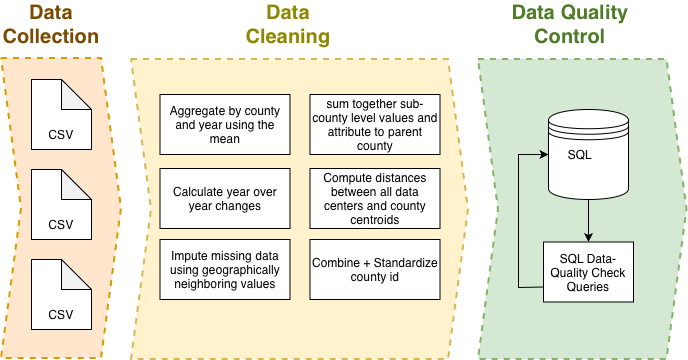
The draw.io diagram db_documentation/data_pipeline_diagram.png in LoganRosell/local-economic-impact-of-data-centers-workbook, before a commit. Source tidied: cells renumbered, new cells last; positions are measured from the earlier drawing's top-left corner, leaving out a move shared by most shapes.
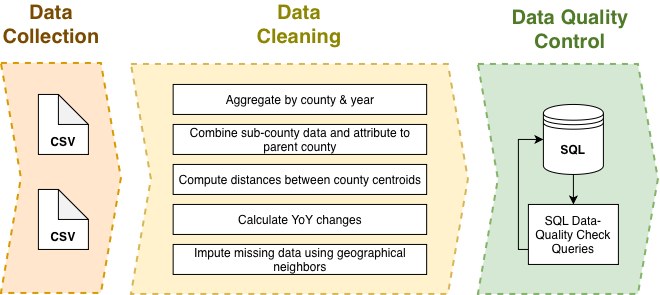
Above is the later version.

Commit message:
chore: Make data pipline diagram more compact

The edit, as a diff of the source:
```diff
@@ -3,90 +3,79 @@
     <mxCell id="0" />
     <mxCell id="1" parent="0" />
     <mxCell id="2" style="shape=step;perimeter=stepPerimeter;whiteSpace=wrap;html=1;fixedSize=1;fillColor=#d5e8d4;strokeColor=#82b366;dashed=1;strokeWidth=2;" parent="1" vertex="1">
-      <mxGeometry x="477" y="50" width="208.5" height="300" as="geometry" />
+      <mxGeometry x="477" y="120" width="180" height="230" as="geometry" />
     </mxCell>
     <mxCell id="3" style="shape=step;perimeter=stepPerimeter;whiteSpace=wrap;html=1;fixedSize=1;fillColor=#fff2cc;strokeColor=#d6b656;dashed=1;strokeWidth=2;" parent="1" vertex="1">
-      <mxGeometry x="130" y="50" width="337" height="300" as="geometry" />
+      <mxGeometry x="130" y="120" width="337" height="230" as="geometry" />
     </mxCell>
     <mxCell id="4" style="group;" parent="1" vertex="1">
-      <mxGeometry x="547" y="100" width="80" height="90" as="geometry" />
+      <mxGeometry x="542" y="140" width="80" height="90" as="geometry" />
     </mxCell>
     <mxCell id="5" style="shape=datastore;whiteSpace=wrap;html=1;" parent="4" vertex="1">
-      <mxGeometry width="80" height="90" as="geometry" />
+      <mxGeometry y="20" width="60" height="70" as="geometry" />
     </mxCell>
-    <mxCell id="6" value="SQL" style="text;html=1;whiteSpace=wrap;strokeColor=none;fillColor=none;align=center;verticalAlign=middle;rounded=0;" parent="4" vertex="1">
-      <mxGeometry x="6.7" y="30" width="50" height="30" as="geometry" />
+    <mxCell id="6" value="&lt;b&gt;SQL&lt;/b&gt;" style="text;html=1;whiteSpace=wrap;strokeColor=none;fillColor=none;align=center;verticalAlign=middle;rounded=0;" parent="4" vertex="1">
+      <mxGeometry x="5" y="50" width="50" height="30" as="geometry" />
     </mxCell>
     <mxCell id="7" style="endArrow=classic;html=1;rounded=0;exitX=0.5;exitY=1;exitDx=0;exitDy=0;" parent="1" edge="1" source="5" target="8">
       <mxGeometry relative="1" as="geometry" />
     </mxCell>
     <mxCell id="8" value="SQL Data-Quality Check Queries" style="rounded=0;whiteSpace=wrap;html=1;" parent="1" vertex="1">
-      <mxGeometry x="542" y="232.5" width="90" height="60" as="geometry" />
+      <mxGeometry x="527" y="260" width="90" height="60" as="geometry" />
     </mxCell>
     <mxCell id="9" value="Data Cleaning" style="text;html=1;whiteSpace=wrap;strokeColor=none;fillColor=none;align=center;verticalAlign=middle;rounded=0;fontColor=light-dark(#8d8600, #ededed);fontStyle=1;fontSize=20;" parent="1" vertex="1">
-      <mxGeometry x="257" width="60" height="30" as="geometry" />
+      <mxGeometry x="253.5" y="60" width="90" height="40" as="geometry" />
     </mxCell>
     <mxCell id="10" value="Data Quality Control" style="text;html=1;whiteSpace=wrap;strokeColor=none;fillColor=none;align=center;verticalAlign=middle;rounded=0;fontSize=20;fontStyle=1;fontColor=light-dark(#4f7a28, #ededed);" parent="1" vertex="1">
-      <mxGeometry x="506.2" width="125.8" height="30" as="geometry" />
+      <mxGeometry x="506.2" y="70" width="125.8" height="30" as="geometry" />
     </mxCell>
-    <mxCell id="11" value="Aggregate by county and year using the mean" style="rounded=0;whiteSpace=wrap;html=1;" parent="1" vertex="1">
-      <mxGeometry x="158.5" y="85" width="130" height="60" as="geometry" />
+    <mxCell id="11" value="Aggregate by county &amp;amp; year" style="rounded=0;whiteSpace=wrap;html=1;" parent="1" vertex="1">
+      <mxGeometry x="171.8" y="140" width="253.5" height="30" as="geometry" />
     </mxCell>
-    <mxCell id="12" value="Calculate year over year changes" style="rounded=0;whiteSpace=wrap;html=1;" parent="1" vertex="1">
-      <mxGeometry x="158.5" y="159" width="130" height="60" as="geometry" />
+    <mxCell id="12" value="Calculate YoY changes" style="rounded=0;whiteSpace=wrap;html=1;" parent="1" vertex="1">
+      <mxGeometry x="171.8" y="260" width="253.5" height="30" as="geometry" />
     </mxCell>
-    <mxCell id="13" value="sum together sub-county level values and attribute to parent county" style="rounded=0;whiteSpace=wrap;html=1;" parent="1" vertex="1">
-      <mxGeometry x="308.5" y="85" width="130" height="60" as="geometry" />
+    <mxCell id="13" value="Combine sub-county data and attribute to parent county" style="rounded=0;whiteSpace=wrap;html=1;" parent="1" vertex="1">
+      <mxGeometry x="171.8" y="180" width="253.5" height="30" as="geometry" />
     </mxCell>
-    <mxCell id="14" value="Impute missing data using geographically neighboring values" style="rounded=0;whiteSpace=wrap;html=1;" parent="1" vertex="1">
-      <mxGeometry x="158.5" y="230" width="130" height="60" as="geometry" />
+    <mxCell id="14" value="Impute missing data using geographical neighbors" style="rounded=0;whiteSpace=wrap;html=1;" parent="1" vertex="1">
+      <mxGeometry x="171.8" y="300" width="253.5" height="30" as="geometry" />
     </mxCell>
-    <mxCell id="15" value="Compute distances between all data centers and county centroids" style="rounded=0;whiteSpace=wrap;html=1;" parent="1" vertex="1">
-      <mxGeometry x="308.5" y="159" width="130" height="60" as="geometry" />
+    <mxCell id="15" value="Compute distances between county centroids" style="rounded=0;whiteSpace=wrap;html=1;" parent="1" vertex="1">
+      <mxGeometry x="171.8" y="220" width="253.5" height="30" as="geometry" />
     </mxCell>
-    <mxCell id="16" value="Combine + Standardize county id" style="rounded=0;whiteSpace=wrap;html=1;" parent="1" vertex="1">
-      <mxGeometry x="308.5" y="230" width="130" height="60" as="geometry" />
-    </mxCell>
     <mxCell id="17" style="endArrow=classic;html=1;rounded=0;entryX=0;entryY=0.5;entryDx=0;entryDy=0;exitX=0;exitY=0.75;exitDx=0;exitDy=0;" parent="1" edge="1" source="8" target="5">
       <mxGeometry relative="1" as="geometry">
         <Array as="points">
-          <mxPoint x="517" y="278" />
-          <mxPoint x="517" y="145" />
+          <mxPoint x="517" y="305" />
+          <mxPoint x="517" y="220" />
+          <mxPoint x="517" y="195" />
         </Array>
       </mxGeometry>
     </mxCell>
     <mxCell id="18" style="shape=step;perimeter=stepPerimeter;whiteSpace=wrap;html=1;fixedSize=1;fillColor=#ffe6cc;strokeColor=#d79b00;dashed=1;strokeWidth=2;" parent="1" vertex="1">
-      <mxGeometry y="49" width="120" height="300" as="geometry" />
+      <mxGeometry y="119" width="120" height="230" as="geometry" />
     </mxCell>
     <mxCell id="19" style="group;" parent="1" vertex="1">
-      <mxGeometry x="30" y="250" width="60" height="70" as="geometry" />
+      <mxGeometry x="37" y="245" width="50" height="60" as="geometry" />
     </mxCell>
     <mxCell id="20" style="shape=note;whiteSpace=wrap;html=1;backgroundOutline=1;darkOpacity=0.05;" parent="19" vertex="1">
-      <mxGeometry width="60" height="70" as="geometry" />
+      <mxGeometry width="50" height="60" as="geometry" />
     </mxCell>
-    <mxCell id="21" value="CSV" style="text;html=1;whiteSpace=wrap;strokeColor=none;fillColor=none;align=center;verticalAlign=middle;rounded=0;" parent="19" vertex="1">
-      <mxGeometry y="40" width="60" height="30" as="geometry" />
+    <mxCell id="21" value="&lt;b&gt;CSV&lt;/b&gt;" style="text;html=1;whiteSpace=wrap;strokeColor=none;fillColor=none;align=center;verticalAlign=middle;rounded=0;" parent="19" vertex="1">
+      <mxGeometry y="34.3" width="50" height="25.7" as="geometry" />
     </mxCell>
-    <mxCell id="22" style="group;" parent="1" vertex="1">
-      <mxGeometry x="30" y="70" width="60" height="70" as="geometry" />
-    </mxCell>
-    <mxCell id="23" style="shape=note;whiteSpace=wrap;html=1;backgroundOutline=1;darkOpacity=0.05;" parent="22" vertex="1">
-      <mxGeometry width="60" height="70" as="geometry" />
-    </mxCell>
-    <mxCell id="24" value="CSV" style="text;html=1;whiteSpace=wrap;strokeColor=none;fillColor=none;align=center;verticalAlign=middle;rounded=0;" parent="22" vertex="1">
-      <mxGeometry y="40" width="60" height="30" as="geometry" />
-    </mxCell>
     <mxCell id="25" style="group;" parent="1" vertex="1">
-      <mxGeometry x="30" y="160" width="60" height="70" as="geometry" />
+      <mxGeometry x="37" y="150" width="50" height="60" as="geometry" />
     </mxCell>
     <mxCell id="26" style="shape=note;whiteSpace=wrap;html=1;backgroundOutline=1;darkOpacity=0.05;" parent="25" vertex="1">
-      <mxGeometry width="60" height="70" as="geometry" />
+      <mxGeometry width="50" height="60" as="geometry" />
     </mxCell>
-    <mxCell id="27" value="CSV" style="text;html=1;whiteSpace=wrap;strokeColor=none;fillColor=none;align=center;verticalAlign=middle;rounded=0;" parent="25" vertex="1">
-      <mxGeometry y="40" width="60" height="30" as="geometry" />
+    <mxCell id="27" value="&lt;b&gt;CSV&lt;/b&gt;" style="text;html=1;whiteSpace=wrap;strokeColor=none;fillColor=none;align=center;verticalAlign=middle;rounded=0;" parent="25" vertex="1">
+      <mxGeometry y="34.3" width="50" height="25.7" as="geometry" />
     </mxCell>
     <mxCell id="28" value="Data Collection" style="text;html=1;whiteSpace=wrap;strokeColor=none;fillColor=none;align=center;verticalAlign=middle;rounded=0;fontSize=20;fontStyle=1;fontColor=light-dark(#7a4a00, #ededed);" parent="1" vertex="1">
-      <mxGeometry x="20" width="60" height="30" as="geometry" />
+      <mxGeometry y="60" width="100" height="40" as="geometry" />
     </mxCell>
   </root>
 </mxGraphModel>
```
